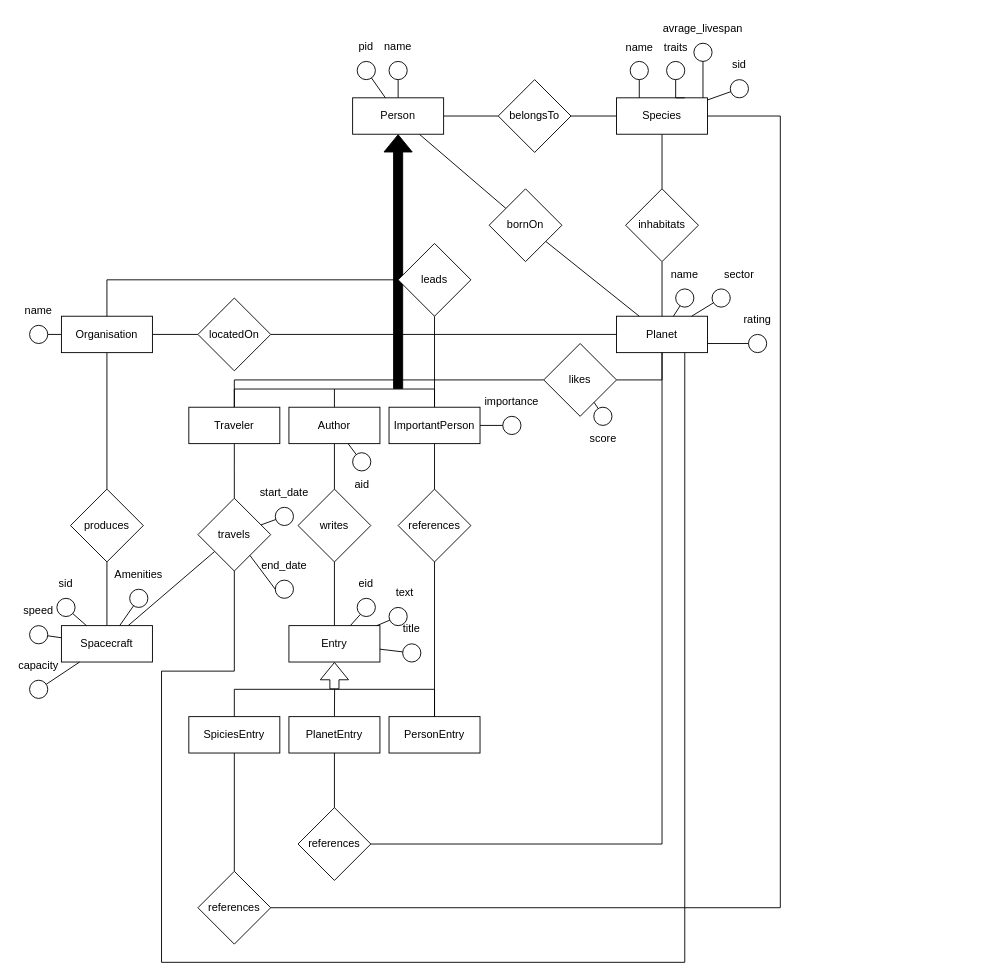
Before: er-introduction-to-db.drawio in MassimiIiano/hhgttg-db, a draw.io diagram. Source tidied: cells renumbered, new cells numbered last; positions are measured from the earlier drawing's top-left corner, leaving out a move shared by most shapes. Both pictures are drawn from the tidied source at 91%, with x=0, y=0 at pixel (15, 15).
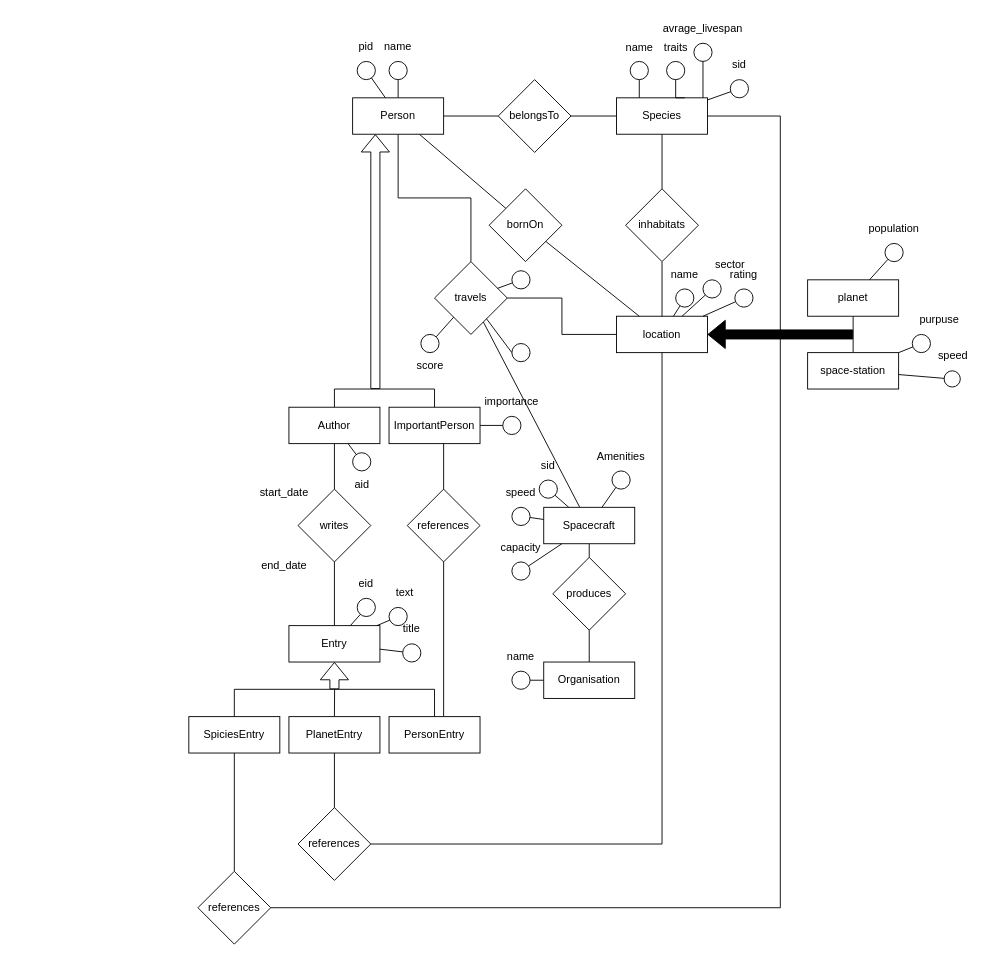
The same diagram, later.

The change refers to these unchanged cells:
```xml
<mxCell id="5" value="Person" style="whiteSpace=wrap;html=1;align=center;rounded=0;strokeColor=default;verticalAlign=middle;fontFamily=Helvetica;fontSize=12;fontColor=default;fillColor=default;" parent="1" vertex="1">
  <mxGeometry x="370" y="90" width="100" height="40" as="geometry" />
</mxCell>
<mxCell id="33" style="ellipse;whiteSpace=wrap;html=1;rounded=0;strokeColor=default;align=center;verticalAlign=middle;fontFamily=Helvetica;fontSize=12;fontColor=default;labelBackgroundColor=default;fillColor=default;" parent="32" vertex="1">
  <mxGeometry x="15" y="30" width="20" height="20" as="geometry" />
</mxCell>
<mxCell id="40" value="Author" style="whiteSpace=wrap;html=1;align=center;rounded=0;strokeColor=default;verticalAlign=middle;fontFamily=Helvetica;fontSize=12;fontColor=default;fillColor=default;" parent="1" vertex="1">
  <mxGeometry x="300" y="430" width="100" height="40" as="geometry" />
</mxCell>
<mxCell id="47" value="ImportantPerson" style="whiteSpace=wrap;html=1;align=center;rounded=0;strokeColor=default;verticalAlign=middle;fontFamily=Helvetica;fontSize=12;fontColor=default;fillColor=default;" parent="1" vertex="1">
  <mxGeometry x="410" y="430" width="100" height="40" as="geometry" />
</mxCell>
<mxCell id="57" value="start_date" style="group;" parent="1" vertex="1">
  <mxGeometry x="270" y="510" width="50" height="50" as="geometry" />
</mxCell>
<mxCell id="59" value="end_date" style="group;" parent="1" vertex="1">
  <mxGeometry x="270" y="590" width="50" height="50" as="geometry" />
</mxCell>
<mxCell id="71" value="Entry" style="whiteSpace=wrap;html=1;align=center;rounded=0;strokeColor=default;verticalAlign=middle;fontFamily=Helvetica;fontSize=12;fontColor=default;fillColor=default;" parent="1" vertex="1">
  <mxGeometry x="300" y="670" width="100" height="40" as="geometry" />
</mxCell>
<mxCell id="81" value="PersonEntry" style="whiteSpace=wrap;html=1;align=center;rounded=0;strokeColor=default;verticalAlign=middle;fontFamily=Helvetica;fontSize=12;fontColor=default;fillColor=default;" parent="1" vertex="1">
  <mxGeometry x="410" y="770" width="100" height="40" as="geometry" />
</mxCell>
```

The edit, as a diff of the source:
```diff
@@
+    <mxCell id="125" style="edgeStyle=orthogonalEdgeStyle;rounded=0;jettySize=auto;html=1;entryX=0.5;entryY=0;entryDx=0;entryDy=0;endArrow=none;endFill=0;" parent="1" edge="1" source="5" target="56">
+      <mxGeometry relative="1" as="geometry" />
+    </mxCell>
@@
-    <mxCell id="10" style="edgeStyle=none;rounded=0;jettySize=auto;html=1;strokeColor=default;align=center;verticalAlign=middle;fontFamily=Helvetica;fontSize=12;fontColor=default;labelBackgroundColor=default;endArrow=none;endFill=0;exitX=0.75;exitY=1;exitDx=0;exitDy=0;" parent="1" edge="1" source="11" target="56">
-      <mxGeometry relative="1" as="geometry">
-        <Array as="points">
-          <mxPoint x="735" y="1040" />
-          <mxPoint x="160" y="1040" />
-          <mxPoint x="160" y="720" />
-          <mxPoint x="240" y="720" />
-        </Array>
-      </mxGeometry>
-    </mxCell>
-    <mxCell id="11" value="&lt;div&gt;Planet&lt;/div&gt;" style="whiteSpace=wrap;html=1;align=center;rounded=0;strokeColor=default;verticalAlign=middle;fontFamily=Helvetica;fontSize=12;fontColor=default;fillColor=default;" parent="1" vertex="1">
+    <mxCell id="11" value="location" style="whiteSpace=wrap;html=1;align=center;rounded=0;strokeColor=default;verticalAlign=middle;fontFamily=Helvetica;fontSize=12;fontColor=default;fillColor=default;" parent="1" vertex="1">
       <mxGeometry x="660" y="330" width="100" height="40" as="geometry" />
     </mxCell>
@@
     <mxCell id="30" value="sector" style="group;" parent="1" vertex="1">
-      <mxGeometry x="750" y="270" width="90" height="100" as="geometry" />
+      <mxGeometry x="740" y="260" width="90" height="100" as="geometry" />
     </mxCell>
@@
     <mxCell id="32" value="rating" style="group;" parent="30" vertex="1">
-      <mxGeometry x="40" y="50" width="50" height="50" as="geometry" />
+      <mxGeometry x="35" y="10" width="50" height="50" as="geometry" />
     </mxCell>
@@
-    <mxCell id="35" style="edgeStyle=none;rounded=0;jettySize=auto;html=1;entryX=1;entryY=0.75;entryDx=0;entryDy=0;strokeColor=default;align=center;verticalAlign=middle;fontFamily=Helvetica;fontSize=12;fontColor=default;labelBackgroundColor=default;endArrow=none;endFill=0;" parent="1" edge="1" source="33" target="11">
+    <mxCell id="35" style="edgeStyle=none;rounded=0;jettySize=auto;html=1;strokeColor=default;align=center;verticalAlign=middle;fontFamily=Helvetica;fontSize=12;fontColor=default;labelBackgroundColor=default;endArrow=none;endFill=0;" parent="1" edge="1" source="33" target="11">
       <mxGeometry relative="1" as="geometry" />
     </mxCell>
@@
-    <mxCell id="38" style="edgeStyle=orthogonalEdgeStyle;rounded=0;jettySize=auto;html=1;strokeColor=default;align=center;verticalAlign=middle;fontFamily=Helvetica;fontSize=12;fontColor=default;labelBackgroundColor=default;endArrow=none;endFill=0;entryX=0.5;entryY=0;entryDx=0;entryDy=0;exitX=0.5;exitY=0;exitDx=0;exitDy=0;" parent="1" edge="1" source="40" target="43">
-      <mxGeometry relative="1" as="geometry" />
-    </mxCell>
@@
+    <mxCell id="126" style="edgeStyle=orthogonalEdgeStyle;rounded=0;jettySize=auto;html=1;endArrow=none;endFill=0;" parent="1" edge="1" source="40">
+      <mxGeometry relative="1" as="geometry">
+        <mxPoint x="350" y="410" as="targetPoint" />
+      </mxGeometry>
+    </mxCell>
@@
-    <mxCell id="41" style="edgeStyle=none;rounded=0;jettySize=auto;html=1;strokeColor=default;align=center;verticalAlign=middle;fontFamily=Helvetica;fontSize=12;fontColor=default;labelBackgroundColor=default;endArrow=none;endFill=0;" parent="1" edge="1" source="43" target="56">
-      <mxGeometry relative="1" as="geometry">
-        <Array as="points">
-          <mxPoint x="240" y="500" />
-        </Array>
-      </mxGeometry>
-    </mxCell>
-    <mxCell id="42" style="edgeStyle=none;rounded=0;jettySize=auto;html=1;strokeColor=default;align=center;verticalAlign=middle;fontFamily=Helvetica;fontSize=12;fontColor=default;labelBackgroundColor=default;endArrow=none;endFill=0;entryX=0;entryY=0.5;entryDx=0;entryDy=0;" parent="1" edge="1" source="43" target="108">
-      <mxGeometry relative="1" as="geometry">
-        <Array as="points">
-          <mxPoint x="240" y="400" />
-        </Array>
-      </mxGeometry>
-    </mxCell>
-    <mxCell id="43" value="&lt;div&gt;Traveler&lt;/div&gt;" style="whiteSpace=wrap;html=1;align=center;rounded=0;strokeColor=default;verticalAlign=middle;fontFamily=Helvetica;fontSize=12;fontColor=default;fillColor=default;" parent="1" vertex="1">
-      <mxGeometry x="190" y="430" width="100" height="40" as="geometry" />
-    </mxCell>
-    <mxCell id="44" style="edgeStyle=none;rounded=0;jettySize=auto;html=1;strokeColor=default;align=center;verticalAlign=middle;fontFamily=Helvetica;fontSize=12;fontColor=default;labelBackgroundColor=default;endArrow=none;endFill=0;exitX=0.5;exitY=1;exitDx=0;exitDy=0;shape=flexArrow;startArrow=block;fillColor=#000000;" parent="1" edge="1" source="5">
+    <mxCell id="44" style="edgeStyle=none;rounded=0;jettySize=auto;html=1;strokeColor=default;align=center;verticalAlign=middle;fontFamily=Helvetica;fontSize=12;fontColor=default;labelBackgroundColor=default;endArrow=none;endFill=0;exitX=0.25;exitY=1;exitDx=0;exitDy=0;shape=flexArrow;startArrow=block;fillColor=none;" parent="1" edge="1" source="5">
       <mxGeometry relative="1" as="geometry">
-        <mxPoint x="420" y="410" as="targetPoint" />
+        <mxPoint x="395" y="410" as="targetPoint" />
       </mxGeometry>
     </mxCell>
@@
-    <mxCell id="46" style="edgeStyle=none;rounded=0;jettySize=auto;html=1;strokeColor=default;align=center;verticalAlign=middle;fontFamily=Helvetica;fontSize=12;fontColor=default;labelBackgroundColor=default;endArrow=none;endFill=0;" parent="1" edge="1" source="47" target="94">
-      <mxGeometry relative="1" as="geometry" />
-    </mxCell>
@@
-    <mxCell id="49" style="edgeStyle=none;rounded=0;jettySize=auto;html=1;strokeColor=default;align=center;verticalAlign=middle;fontFamily=Helvetica;fontSize=12;fontColor=default;labelBackgroundColor=default;endArrow=none;endFill=0;" parent="1" edge="1" source="51" target="84">
-      <mxGeometry relative="1" as="geometry" />
-    </mxCell>
@@
     <mxCell id="51" value="Organisation" style="whiteSpace=wrap;html=1;align=center;rounded=0;strokeColor=default;verticalAlign=middle;fontFamily=Helvetica;fontSize=12;fontColor=default;fillColor=default;" parent="1" vertex="1">
-      <mxGeometry x="50" y="330" width="100" height="40" as="geometry" />
+      <mxGeometry x="580" y="710" width="100" height="40" as="geometry" />
     </mxCell>
@@
     <mxCell id="53" value="produces" style="rhombus;whiteSpace=wrap;html=1;rounded=0;" parent="1" vertex="1">
-      <mxGeometry x="60" y="520" width="80" height="80" as="geometry" />
+      <mxGeometry x="590" y="595" width="80" height="80" as="geometry" />
     </mxCell>
@@
     <mxCell id="55" value="Spacecraft" style="whiteSpace=wrap;html=1;align=center;rounded=0;strokeColor=default;verticalAlign=middle;fontFamily=Helvetica;fontSize=12;fontColor=default;fillColor=default;" parent="1" vertex="1">
-      <mxGeometry x="50" y="670" width="100" height="40" as="geometry" />
+      <mxGeometry x="580" y="540" width="100" height="40" as="geometry" />
     </mxCell>
+    <mxCell id="127" style="edgeStyle=orthogonalEdgeStyle;rounded=0;jettySize=auto;html=1;endArrow=none;endFill=0;" parent="1" edge="1" source="56" target="11">
+      <mxGeometry relative="1" as="geometry" />
+    </mxCell>
     <mxCell id="56" value="travels" style="rhombus;whiteSpace=wrap;html=1;rounded=0;" parent="1" vertex="1">
-      <mxGeometry x="200" y="530" width="80" height="80" as="geometry" />
+      <mxGeometry x="460" y="270" width="80" height="80" as="geometry" />
     </mxCell>
@@
     <mxCell id="58" style="ellipse;whiteSpace=wrap;html=1;rounded=0;strokeColor=default;align=center;verticalAlign=middle;fontFamily=Helvetica;fontSize=12;fontColor=default;labelBackgroundColor=default;fillColor=default;" parent="57" vertex="1">
-      <mxGeometry x="15" y="30" width="20" height="20" as="geometry" />
+      <mxGeometry x="275" y="-230" width="20" height="20" as="geometry" />
     </mxCell>
@@
     <mxCell id="60" style="ellipse;whiteSpace=wrap;html=1;rounded=0;strokeColor=default;align=center;verticalAlign=middle;fontFamily=Helvetica;fontSize=12;fontColor=default;labelBackgroundColor=default;fillColor=default;" parent="59" vertex="1">
-      <mxGeometry x="15" y="30" width="20" height="20" as="geometry" />
+      <mxGeometry x="275" y="-230" width="20" height="20" as="geometry" />
     </mxCell>
@@
-    <mxCell id="70" style="edgeStyle=none;rounded=0;jettySize=auto;html=1;strokeColor=default;align=center;verticalAlign=middle;fontFamily=Helvetica;fontSize=12;fontColor=default;labelBackgroundColor=default;endArrow=none;endFill=0;shape=flexArrow;startArrow=block;" parent="1" edge="1" source="71">
+    <mxCell id="70" style="edgeStyle=none;rounded=0;jettySize=auto;html=1;strokeColor=default;align=center;verticalAlign=middle;fontFamily=Helvetica;fontSize=12;fontColor=default;labelBackgroundColor=default;endArrow=none;endFill=0;shape=flexArrow;startArrow=block;fillColor=none;" parent="1" edge="1" source="71">
       <mxGeometry relative="1" as="geometry">
         <mxPoint x="350" y="740" as="targetPoint" />
       </mxGeometry>
     </mxCell>
@@
     <mxCell id="73" value="name" style="group;" parent="1" vertex="1">
-      <mxGeometry y="310" width="50" height="50" as="geometry" />
+      <mxGeometry x="530" y="690" width="50" height="50" as="geometry" />
     </mxCell>
@@
-    <mxCell id="80" style="edgeStyle=none;rounded=0;jettySize=auto;html=1;strokeColor=default;align=center;verticalAlign=middle;fontFamily=Helvetica;fontSize=12;fontColor=default;labelBackgroundColor=default;endArrow=none;endFill=0;" parent="1" edge="1" source="81" target="99">
-      <mxGeometry relative="1" as="geometry" />
+    <mxCell id="80" style="edgeStyle=none;rounded=0;jettySize=auto;html=1;strokeColor=default;align=center;verticalAlign=middle;fontFamily=Helvetica;fontSize=12;fontColor=default;labelBackgroundColor=default;endArrow=none;endFill=0;" parent="1" edge="1" target="99">
+      <mxGeometry relative="1" as="geometry">
+        <mxPoint x="470" y="770" as="sourcePoint" />
+      </mxGeometry>
     </mxCell>
@@
-    <mxCell id="83" style="edgeStyle=none;rounded=0;jettySize=auto;html=1;strokeColor=default;align=center;verticalAlign=middle;fontFamily=Helvetica;fontSize=12;fontColor=default;labelBackgroundColor=default;endArrow=none;endFill=0;" parent="1" edge="1" source="84" target="11">
-      <mxGeometry relative="1" as="geometry" />
-    </mxCell>
-    <mxCell id="84" value="locatedOn" style="rhombus;whiteSpace=wrap;html=1;rounded=0;" parent="1" vertex="1">
-      <mxGeometry x="200" y="310" width="80" height="80" as="geometry" />
-    </mxCell>
@@
-    <mxCell id="93" style="edgeStyle=none;rounded=0;jettySize=auto;html=1;entryX=0.5;entryY=0;entryDx=0;entryDy=0;strokeColor=default;align=center;verticalAlign=middle;fontFamily=Helvetica;fontSize=12;fontColor=default;labelBackgroundColor=default;endArrow=none;endFill=0;" parent="1" edge="1" source="94" target="51">
-      <mxGeometry relative="1" as="geometry">
-        <Array as="points">
-          <mxPoint x="100" y="290" />
-        </Array>
-      </mxGeometry>
-    </mxCell>
-    <mxCell id="94" value="leads" style="rhombus;whiteSpace=wrap;html=1;rounded=0;" parent="1" vertex="1">
-      <mxGeometry x="420" y="250" width="80" height="80" as="geometry" />
-    </mxCell>
@@
-    <mxCell id="98" style="edgeStyle=none;rounded=0;jettySize=auto;html=1;strokeColor=default;align=center;verticalAlign=middle;fontFamily=Helvetica;fontSize=12;fontColor=default;labelBackgroundColor=default;endArrow=none;endFill=0;" parent="1" edge="1" source="99" target="47">
-      <mxGeometry relative="1" as="geometry" />
+    <mxCell id="98" style="edgeStyle=none;rounded=0;jettySize=auto;html=1;strokeColor=default;align=center;verticalAlign=middle;fontFamily=Helvetica;fontSize=12;fontColor=default;labelBackgroundColor=default;endArrow=none;endFill=0;" parent="1" edge="1" source="99">
+      <mxGeometry relative="1" as="geometry">
+        <mxPoint x="470" y="470" as="targetPoint" />
+      </mxGeometry>
     </mxCell>
     <mxCell id="99" value="references" style="rhombus;whiteSpace=wrap;html=1;rounded=0;" parent="1" vertex="1">
-      <mxGeometry x="420" y="520" width="80" height="80" as="geometry" />
+      <mxGeometry x="430" y="520" width="80" height="80" as="geometry" />
     </mxCell>
@@
-    <mxCell id="107" style="edgeStyle=none;rounded=0;jettySize=auto;html=1;strokeColor=default;align=center;verticalAlign=middle;fontFamily=Helvetica;fontSize=12;fontColor=default;labelBackgroundColor=default;endArrow=none;endFill=0;" parent="1" edge="1" source="108" target="11">
-      <mxGeometry relative="1" as="geometry">
-        <Array as="points">
-          <mxPoint x="710" y="400" />
-        </Array>
-      </mxGeometry>
-    </mxCell>
-    <mxCell id="108" value="likes" style="rhombus;whiteSpace=wrap;html=1;rounded=0;" parent="1" vertex="1">
-      <mxGeometry x="580" y="360" width="80" height="80" as="geometry" />
-    </mxCell>
-    <mxCell id="109" style="edgeStyle=none;rounded=0;jettySize=auto;html=1;strokeColor=default;align=center;verticalAlign=middle;fontFamily=Helvetica;fontSize=12;fontColor=default;labelBackgroundColor=default;endArrow=none;endFill=0;" parent="1" edge="1" source="110" target="108">
+    <mxCell id="109" style="edgeStyle=none;rounded=0;jettySize=auto;html=1;strokeColor=default;align=center;verticalAlign=middle;fontFamily=Helvetica;fontSize=12;fontColor=default;labelBackgroundColor=default;endArrow=none;endFill=0;" parent="1" edge="1" source="110" target="56">
       <mxGeometry relative="1" as="geometry" />
     </mxCell>
     <mxCell id="110" style="ellipse;whiteSpace=wrap;html=1;rounded=0;strokeColor=default;align=center;verticalAlign=middle;fontFamily=Helvetica;fontSize=12;fontColor=default;labelBackgroundColor=default;fillColor=default;" parent="1" vertex="1">
-      <mxGeometry x="635" y="430" width="20" height="20" as="geometry" />
+      <mxGeometry x="445" y="350" width="20" height="20" as="geometry" />
     </mxCell>
     <mxCell id="111" value="score" style="text;html=1;align=center;verticalAlign=middle;strokeColor=none;fillColor=none;fontFamily=Helvetica;fontSize=12;fontColor=default;labelBackgroundColor=default;" parent="1" vertex="1">
-      <mxGeometry x="620" y="450" width="50" height="30" as="geometry" />
+      <mxGeometry x="430" y="370" width="50" height="30" as="geometry" />
     </mxCell>
     <mxCell id="112" value="sid" style="group;" parent="1" vertex="1">
-      <mxGeometry x="30" y="610" width="50" height="50" as="geometry" />
+      <mxGeometry x="560" y="480" width="50" height="50" as="geometry" />
     </mxCell>
@@
     <mxCell id="115" value="speed" style="group;" parent="1" vertex="1">
-      <mxGeometry y="640" width="50" height="50" as="geometry" />
+      <mxGeometry x="530" y="510" width="50" height="50" as="geometry" />
     </mxCell>
@@
     <mxCell id="118" value="capacity" style="group;" parent="1" vertex="1">
-      <mxGeometry y="700" width="50" height="50" as="geometry" />
+      <mxGeometry x="530" y="570" width="50" height="50" as="geometry" />
     </mxCell>
@@
     <mxCell id="121" value="Amenities" style="group;" parent="1" vertex="1">
-      <mxGeometry x="110" y="600" width="50" height="50" as="geometry" />
+      <mxGeometry x="640" y="470" width="50" height="50" as="geometry" />
     </mxCell>
@@
+    <mxCell id="128" style="edgeStyle=orthogonalEdgeStyle;rounded=0;jettySize=auto;html=1;endArrow=none;endFill=0;" parent="1" edge="1" source="129" target="130">
+      <mxGeometry relative="1" as="geometry" />
+    </mxCell>
+    <mxCell id="129" value="planet" style="whiteSpace=wrap;html=1;align=center;rounded=0;strokeColor=default;verticalAlign=middle;fontFamily=Helvetica;fontSize=12;fontColor=default;fillColor=default;" parent="1" vertex="1">
+      <mxGeometry x="870" y="290" width="100" height="40" as="geometry" />
+    </mxCell>
+    <mxCell id="130" value="space-station" style="whiteSpace=wrap;html=1;align=center;rounded=0;strokeColor=default;verticalAlign=middle;fontFamily=Helvetica;fontSize=12;fontColor=default;fillColor=default;" parent="1" vertex="1">
+      <mxGeometry x="870" y="370" width="100" height="40" as="geometry" />
+    </mxCell>
+    <mxCell id="131" style="shape=flexArrow;endArrow=classic;html=1;rounded=0;fillColor=#000000;" parent="1" edge="1" target="11">
+      <mxGeometry relative="1" as="geometry">
+        <mxPoint x="920" y="350" as="sourcePoint" />
+      </mxGeometry>
+    </mxCell>
+    <mxCell id="132" value="purpuse" style="group;" parent="1" vertex="1">
+      <mxGeometry x="970" y="320" width="90" height="100" as="geometry" />
+    </mxCell>
+    <mxCell id="133" style="ellipse;whiteSpace=wrap;html=1;rounded=0;strokeColor=default;align=center;verticalAlign=middle;fontFamily=Helvetica;fontSize=12;fontColor=default;labelBackgroundColor=default;fillColor=default;" parent="132" vertex="1">
+      <mxGeometry x="15" y="30" width="20" height="20" as="geometry" />
+    </mxCell>
+    <mxCell id="134" value="speed" style="group;" parent="132" vertex="1">
+      <mxGeometry x="35" y="40" width="50" height="50" as="geometry" />
+    </mxCell>
+    <mxCell id="135" style="ellipse;whiteSpace=wrap;html=1;rounded=0;strokeColor=default;align=center;verticalAlign=middle;fontFamily=Helvetica;fontSize=12;fontColor=default;labelBackgroundColor=default;fillColor=default;" parent="134" vertex="1">
+      <mxGeometry x="15" y="30" width="17.8" height="17.8" as="geometry" />
+    </mxCell>
+    <mxCell id="136" style="rounded=0;jettySize=auto;html=1;endArrow=none;endFill=0;" parent="1" edge="1" source="135" target="130">
+      <mxGeometry relative="1" as="geometry" />
+    </mxCell>
+    <mxCell id="137" style="rounded=0;jettySize=auto;html=1;endArrow=none;endFill=0;" parent="1" edge="1" source="133" target="130">
+      <mxGeometry relative="1" as="geometry" />
+    </mxCell>
+    <mxCell id="138" value="population" style="group;" parent="1" vertex="1">
+      <mxGeometry x="940" y="220" width="50" height="50" as="geometry" />
+    </mxCell>
+    <mxCell id="139" style="ellipse;whiteSpace=wrap;html=1;rounded=0;strokeColor=default;align=center;verticalAlign=middle;fontFamily=Helvetica;fontSize=12;fontColor=default;labelBackgroundColor=default;fillColor=default;" parent="138" vertex="1">
+      <mxGeometry x="15" y="30" width="20" height="20" as="geometry" />
+    </mxCell>
+    <mxCell id="140" style="rounded=0;jettySize=auto;html=1;endArrow=none;endFill=0;" parent="1" edge="1" source="139" target="129">
+      <mxGeometry relative="1" as="geometry" />
+    </mxCell>
```
